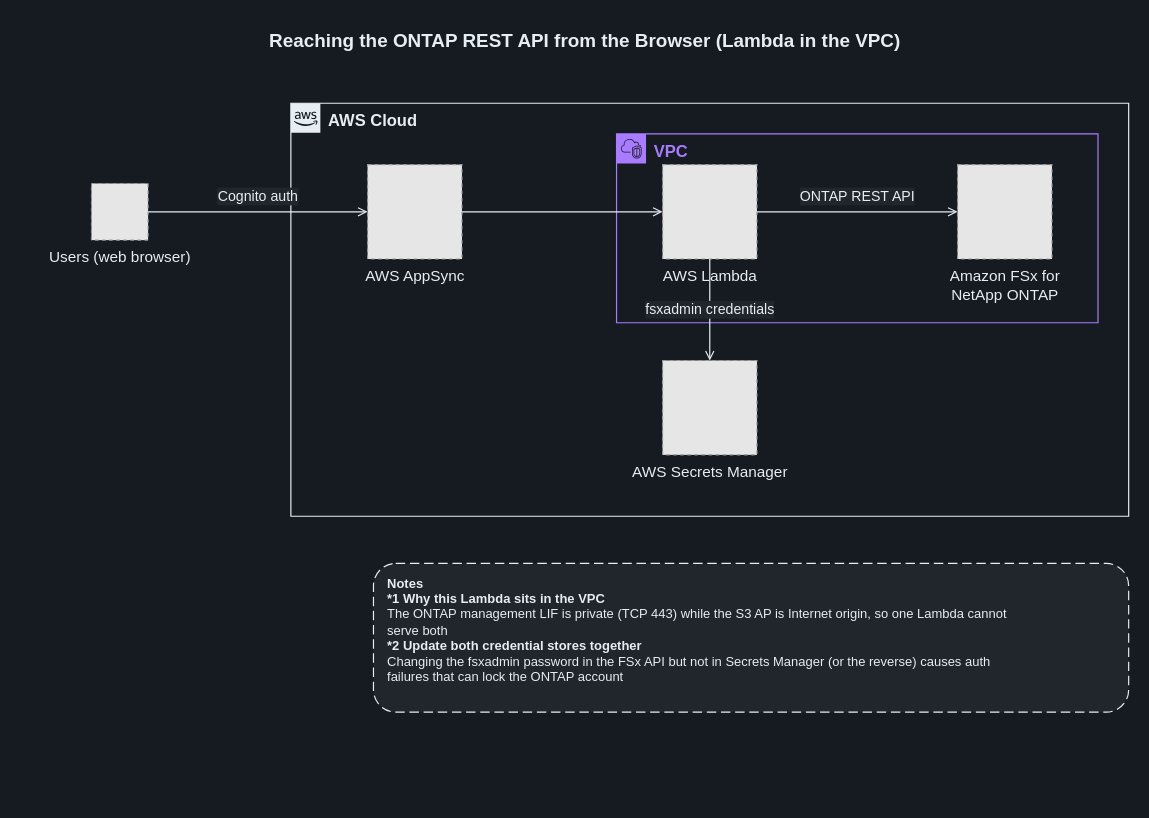
Earlier version of the draw.io diagram docs/diagrams/dark/part2-ontap-rest-api-path-en.drawio (Yoshiki0705/FSx-for-ONTAP-S3AccessPoints-Serverless-Patterns). Source tidied: cells renumbered, new cells numbered last; positions are measured from the earlier drawing's top-left corner, leaving out a move shared by most shapes. Both pictures are drawn from the tidied source at 118%, with x=0, y=0 at pixel (39, 20). Pictures stored in the file or linked from it are replaced by grey dashed boxes.
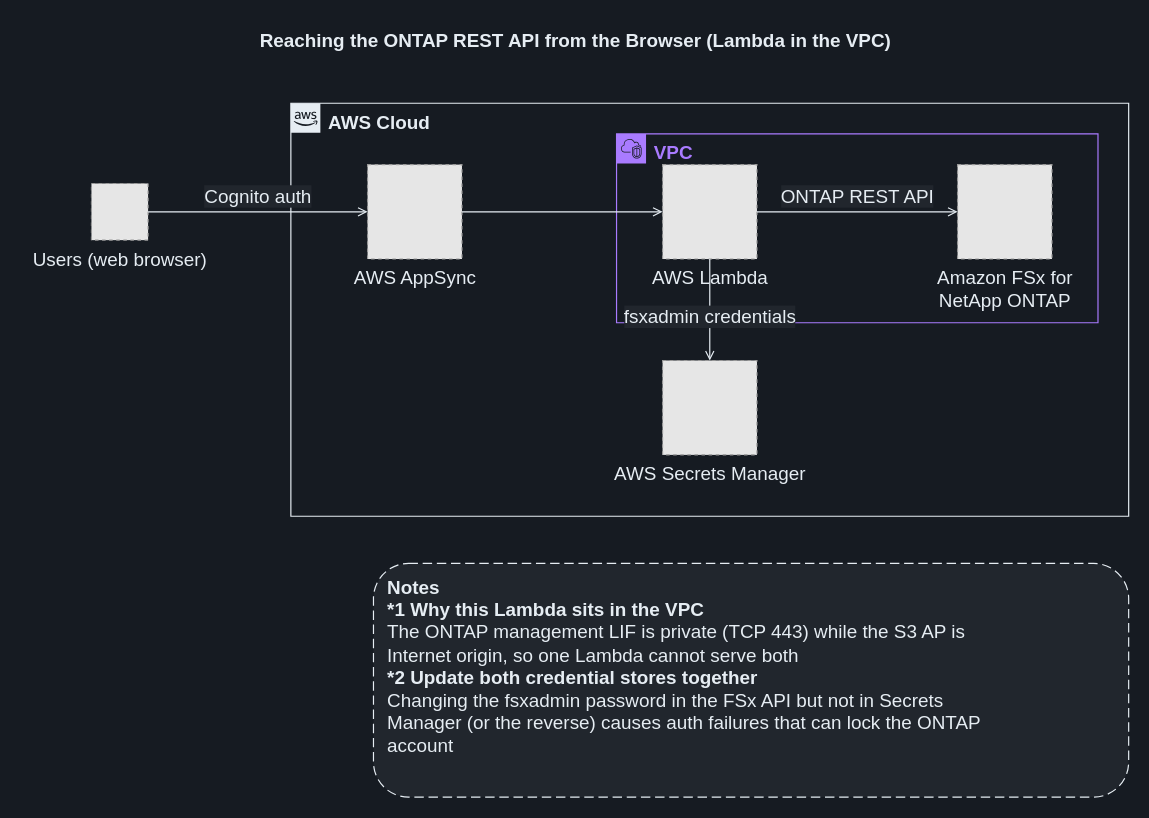
After the change.

The edit, as a diff of the source:
```diff
@@
 <mxGraphModel background="#161B22">
   <root>
     <mxCell id="0" />
     <mxCell id="1" parent="0" />
     <mxCell id="2" value="Reaching the ONTAP REST API from the Browser (Lambda in the VPC)" style="text;html=1;align=center;verticalAlign=middle;fontSize=16;fontStyle=1;fontColor=#E6EDF3;" parent="1" vertex="1">
-      <mxGeometry width="923" height="34" as="geometry" />
+      <mxGeometry x="-16" width="939" height="34" as="geometry" />
     </mxCell>
-    <mxCell id="3" value="AWS Cloud" style="gradientColor=none;html=1;whiteSpace=wrap;fontSize=14;fontStyle=1;shape=mxgraph.aws4.group;grIcon=mxgraph.aws4.group_aws_cloud_alt;strokeColor=#E6EDF3;fillColor=none;verticalAlign=top;align=left;spacingLeft=30;fontColor=#E6EDF3;dashed=0;" parent="1" vertex="1">
+    <mxCell id="3" value="AWS Cloud" style="gradientColor=none;html=1;whiteSpace=wrap;fontSize=16;fontStyle=1;shape=mxgraph.aws4.group;grIcon=mxgraph.aws4.group_aws_cloud_alt;strokeColor=#E6EDF3;fillColor=none;verticalAlign=top;align=left;spacingLeft=30;fontColor=#E6EDF3;dashed=0;" parent="1" vertex="1">
       <mxGeometry x="213" y="70" width="710" height="350" as="geometry" />
     </mxCell>
-    <mxCell id="4" value="VPC" style="gradientColor=none;html=1;whiteSpace=wrap;fontSize=14;fontStyle=1;shape=mxgraph.aws4.group;grIcon=mxgraph.aws4.group_vpc2;strokeColor=#A97BFF;fillColor=none;verticalAlign=top;align=left;spacingLeft=30;fontColor=#A97BFF;dashed=0;" parent="1" vertex="1">
+    <mxCell id="4" value="VPC" style="gradientColor=none;html=1;whiteSpace=wrap;fontSize=16;fontStyle=1;shape=mxgraph.aws4.group;grIcon=mxgraph.aws4.group_vpc2;strokeColor=#A97BFF;fillColor=none;verticalAlign=top;align=left;spacingLeft=30;fontColor=#A97BFF;dashed=0;" parent="1" vertex="1">
       <mxGeometry x="489" y="96" width="408" height="160" as="geometry" />
     </mxCell>
-    <mxCell id="5" value="Users (web browser)" style="fillColor=#E6E6E6;strokeColor=#999999;dashed=1;html=1;verticalLabelPosition=bottom;verticalAlign=top;labelPosition=center;align=center;fontSize=13;fontColor=#E6EDF3;" parent="1" vertex="1">
+    <mxCell id="5" value="Users (web browser)" style="fillColor=#E6E6E6;strokeColor=#999999;dashed=1;html=1;verticalLabelPosition=bottom;verticalAlign=top;labelPosition=center;align=center;fontSize=16;fontColor=#E6EDF3;" parent="1" vertex="1">
       <mxGeometry x="44" y="138" width="48" height="48" as="geometry" />
     </mxCell>
-    <mxCell id="6" value="AWS AppSync" style="fillColor=#E6E6E6;strokeColor=#999999;dashed=1;html=1;verticalLabelPosition=bottom;verticalAlign=top;labelPosition=center;align=center;fontSize=13;fontColor=#E6EDF3;" parent="1" vertex="1">
+    <mxCell id="6" value="AWS AppSync" style="fillColor=#E6E6E6;strokeColor=#999999;dashed=1;html=1;verticalLabelPosition=bottom;verticalAlign=top;labelPosition=center;align=center;fontSize=16;fontColor=#E6EDF3;" parent="1" vertex="1">
       <mxGeometry x="278" y="122" width="80" height="80" as="geometry" />
     </mxCell>
-    <mxCell id="7" value="AWS Lambda" style="fillColor=#E6E6E6;strokeColor=#999999;dashed=1;html=1;verticalLabelPosition=bottom;verticalAlign=top;labelPosition=center;align=center;fontSize=13;fontColor=#E6EDF3;" parent="1" vertex="1">
+    <mxCell id="7" value="AWS Lambda" style="fillColor=#E6E6E6;strokeColor=#999999;dashed=1;html=1;verticalLabelPosition=bottom;verticalAlign=top;labelPosition=center;align=center;fontSize=16;fontColor=#E6EDF3;" parent="1" vertex="1">
       <mxGeometry x="528" y="122" width="80" height="80" as="geometry" />
     </mxCell>
-    <mxCell id="8" value="AWS Secrets Manager" style="fillColor=#E6E6E6;strokeColor=#999999;dashed=1;html=1;verticalLabelPosition=bottom;verticalAlign=top;labelPosition=center;align=center;fontSize=13;fontColor=#E6EDF3;" parent="1" vertex="1">
+    <mxCell id="8" value="AWS Secrets Manager" style="fillColor=#E6E6E6;strokeColor=#999999;dashed=1;html=1;verticalLabelPosition=bottom;verticalAlign=top;labelPosition=center;align=center;fontSize=16;fontColor=#E6EDF3;" parent="1" vertex="1">
       <mxGeometry x="528" y="288" width="80" height="80" as="geometry" />
     </mxCell>
-    <mxCell id="9" value="Amazon FSx for&lt;br&gt;NetApp ONTAP" style="fillColor=#E6E6E6;strokeColor=#999999;dashed=1;html=1;verticalLabelPosition=bottom;verticalAlign=top;labelPosition=center;align=center;fontSize=13;fontColor=#E6EDF3;" parent="1" vertex="1">
+    <mxCell id="9" value="Amazon FSx for&lt;br&gt;NetApp ONTAP" style="fillColor=#E6E6E6;strokeColor=#999999;dashed=1;html=1;verticalLabelPosition=bottom;verticalAlign=top;labelPosition=center;align=center;fontSize=16;fontColor=#E6EDF3;" parent="1" vertex="1">
       <mxGeometry x="778" y="122" width="80" height="80" as="geometry" />
     </mxCell>
-    <mxCell id="10" value="Cognito auth" style="edgeStyle=orthogonalEdgeStyle;rounded=0;jettySize=auto;html=1;endArrow=open;endFill=0;strokeColor=#E6EDF3;strokeWidth=1;fontSize=12;fontColor=#E6EDF3;labelBackgroundColor=#21262D;" parent="1" edge="1" source="5" target="6">
+    <mxCell id="10" value="Cognito auth" style="edgeStyle=orthogonalEdgeStyle;rounded=0;jettySize=auto;html=1;endArrow=open;endFill=0;strokeColor=#E6EDF3;strokeWidth=1;fontSize=16;fontColor=#E6EDF3;labelBackgroundColor=#21262D;" parent="1" edge="1" source="5" target="6">
       <mxGeometry relative="1" as="geometry">
         <mxPoint y="-13" as="offset" />
       </mxGeometry>
     </mxCell>
-    <mxCell id="11" style="edgeStyle=orthogonalEdgeStyle;rounded=0;jettySize=auto;html=1;endArrow=open;endFill=0;strokeColor=#E6EDF3;strokeWidth=1;fontSize=12;fontColor=#E6EDF3;labelBackgroundColor=#21262D;" parent="1" edge="1" source="6" target="7">
+    <mxCell id="11" style="edgeStyle=orthogonalEdgeStyle;rounded=0;jettySize=auto;html=1;endArrow=open;endFill=0;strokeColor=#E6EDF3;strokeWidth=1;fontSize=16;fontColor=#E6EDF3;labelBackgroundColor=#21262D;" parent="1" edge="1" source="6" target="7">
       <mxGeometry relative="1" as="geometry" />
     </mxCell>
-    <mxCell id="12" value="fsxadmin credentials" style="edgeStyle=orthogonalEdgeStyle;rounded=0;jettySize=auto;html=1;endArrow=open;endFill=0;strokeColor=#E6EDF3;strokeWidth=1;fontSize=12;fontColor=#E6EDF3;labelBackgroundColor=#21262D;" parent="1" edge="1" source="7" target="8">
-      <mxGeometry relative="1" as="geometry" />
+    <mxCell id="12" value="fsxadmin credentials" style="edgeStyle=orthogonalEdgeStyle;rounded=0;jettySize=auto;html=1;endArrow=open;endFill=0;strokeColor=#E6EDF3;strokeWidth=1;fontSize=16;fontColor=#E6EDF3;labelBackgroundColor=#21262D;" parent="1" edge="1" source="7" target="8">
+      <mxGeometry relative="1" as="geometry">
+        <mxPoint y="6" as="offset" />
+      </mxGeometry>
     </mxCell>
-    <mxCell id="13" value="ONTAP REST API" style="edgeStyle=orthogonalEdgeStyle;rounded=0;jettySize=auto;html=1;endArrow=open;endFill=0;strokeColor=#E6EDF3;strokeWidth=1;fontSize=12;fontColor=#E6EDF3;labelBackgroundColor=#21262D;" parent="1" edge="1" source="7" target="9">
+    <mxCell id="13" value="ONTAP REST API" style="edgeStyle=orthogonalEdgeStyle;rounded=0;jettySize=auto;html=1;endArrow=open;endFill=0;strokeColor=#E6EDF3;strokeWidth=1;fontSize=16;fontColor=#E6EDF3;labelBackgroundColor=#21262D;" parent="1" edge="1" source="7" target="9">
       <mxGeometry relative="1" as="geometry">
         <mxPoint y="-13" as="offset" />
       </mxGeometry>
     </mxCell>
-    <mxCell id="14" value="&lt;b&gt;Notes&lt;/b&gt;&lt;br&gt;&lt;b&gt;*1 Why this Lambda sits in the VPC&lt;/b&gt;&lt;br&gt;The ONTAP management LIF is private (TCP 443) while the S3 AP is Internet origin, so one Lambda cannot&lt;br&gt;serve both&lt;br&gt;&lt;b&gt;*2 Update both credential stores together&lt;/b&gt;&lt;br&gt;Changing the fsxadmin password in the FSx API but not in Secrets Manager (or the reverse) causes auth&lt;br&gt;failures that can lock the ONTAP account" style="rounded=1;whiteSpace=wrap;html=1;dashed=1;dashPattern=8 4;strokeColor=#E6EDF3;fillColor=#21262D;align=left;verticalAlign=top;spacingLeft=10;spacingTop=4;fontSize=11;fontColor=#E6EDF3;" parent="1" vertex="1">
-      <mxGeometry x="283" y="460" width="640" height="126" as="geometry" />
+    <mxCell id="14" value="&lt;b&gt;Notes&lt;/b&gt;&lt;br&gt;&lt;b&gt;*1 Why this Lambda sits in the VPC&lt;/b&gt;&lt;br&gt;The ONTAP management LIF is private (TCP 443) while the S3 AP is&lt;br&gt;Internet origin, so one Lambda cannot serve both&lt;br&gt;&lt;b&gt;*2 Update both credential stores together&lt;/b&gt;&lt;br&gt;Changing the fsxadmin password in the FSx API but not in Secrets&lt;br&gt;Manager (or the reverse) causes auth failures that can lock the ONTAP&lt;br&gt;account" style="rounded=1;whiteSpace=wrap;html=1;dashed=1;dashPattern=8 4;strokeColor=#E6EDF3;fillColor=#21262D;align=left;verticalAlign=top;spacingLeft=10;spacingTop=4;fontSize=16;fontColor=#E6EDF3;" parent="1" vertex="1">
+      <mxGeometry x="283" y="460" width="640" height="198" as="geometry" />
     </mxCell>
   </root>
 </mxGraphModel>
```
